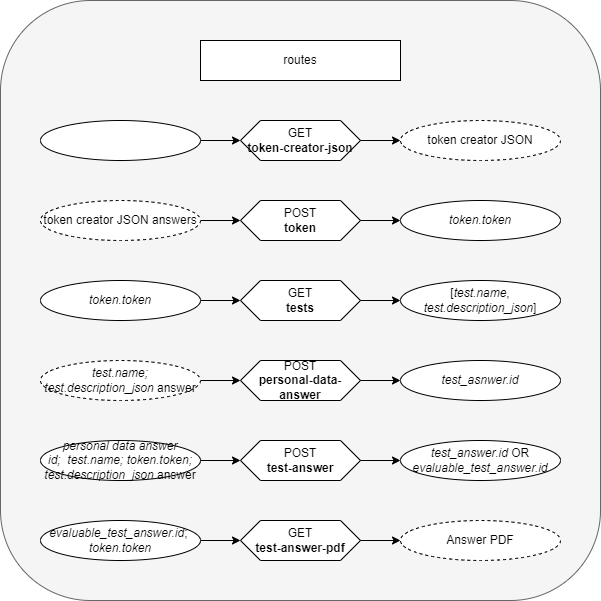
Niwo1403/test-system keeps this draw.io diagram as doc/diagrams/routes.png. Above is the earlier version. Source tidied: cells renumbered, new cells last; positions are measured from the earlier drawing's top-left corner, leaving out a move shared by most shapes.
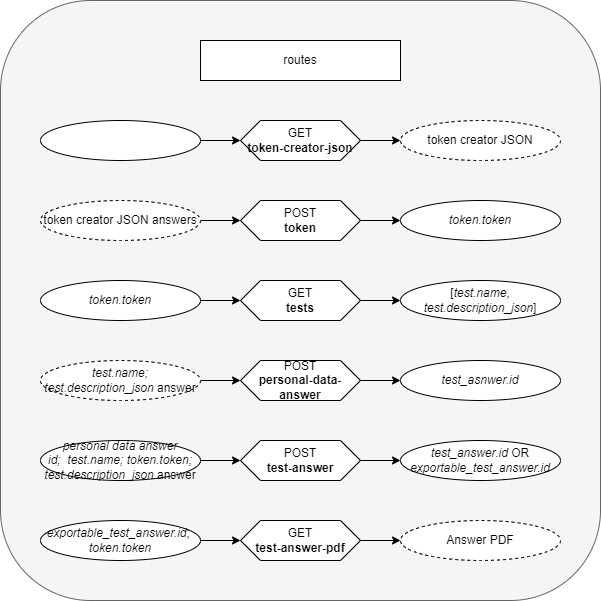
The same file after the commit.

Commit message:
Renamed evaluable_test_answer to exportable_test_answer in routes.drawio & routes.png, added repo link & renamed managers to modules in developer manual.md, and improved user manual.md & README.md.

Diff of the diagram source:
```diff
@@ -62,7 +62,7 @@
     <mxCell id="21" value="GET&lt;br&gt;&lt;b&gt;test-answer-pdf&lt;/b&gt;" style="shape=hexagon;perimeter=hexagonPerimeter2;whiteSpace=wrap;html=1;fixedSize=1;size=20;" parent="1" vertex="1">
       <mxGeometry x="240" y="520" width="120" height="40" as="geometry" />
     </mxCell>
-    <mxCell id="22" value="&lt;i&gt;test_answer.id&lt;/i&gt; OR &lt;i&gt;evaluable_test_answer.id&lt;/i&gt;" style="ellipse;whiteSpace=wrap;html=1;" parent="1" vertex="1">
+    <mxCell id="22" value="&lt;i&gt;test_answer.id&lt;/i&gt; OR &lt;i&gt;exportable_test_answer.id&lt;/i&gt;" style="ellipse;whiteSpace=wrap;html=1;" parent="1" vertex="1">
       <mxGeometry x="400" y="440" width="160" height="40" as="geometry" />
     </mxCell>
     <mxCell id="23" style="edgeStyle=orthogonalEdgeStyle;rounded=0;jettySize=auto;html=1;" parent="1" edge="1" source="14" target="22">
@@ -71,7 +71,7 @@
     <mxCell id="24" style="edgeStyle=orthogonalEdgeStyle;rounded=0;jettySize=auto;html=1;" parent="1" edge="1" source="25" target="21">
       <mxGeometry relative="1" as="geometry" />
     </mxCell>
-    <mxCell id="25" value="&lt;i&gt;evaluable_test_answer.id&lt;/i&gt;; &lt;br&gt;&lt;i&gt;token.token&lt;/i&gt;" style="ellipse;whiteSpace=wrap;html=1;" parent="1" vertex="1">
+    <mxCell id="25" value="&lt;i&gt;exportable_test_answer.id&lt;/i&gt;; &lt;br&gt;&lt;i&gt;token.token&lt;/i&gt;" style="ellipse;whiteSpace=wrap;html=1;" parent="1" vertex="1">
       <mxGeometry x="40" y="520" width="160" height="40" as="geometry" />
     </mxCell>
     <mxCell id="26" value="Answer PDF" style="ellipse;whiteSpace=wrap;html=1;align=center;dashed=1;" parent="1" vertex="1">
```
